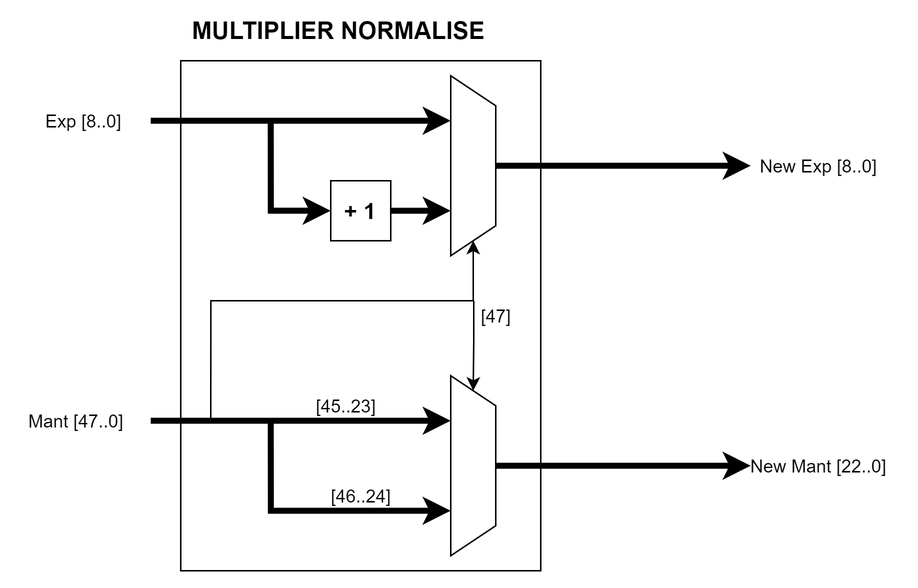
Above: Diagrams/PNG_Format/FP_Unit/Floating-point-Multiplier Normalise.drawio.png in hohaicongthuan/Project-2 (draw.io), before the change. Source tidied: cells renumbered, new cells last; positions are measured from the earlier drawing's top-left corner, leaving out a move shared by most shapes.
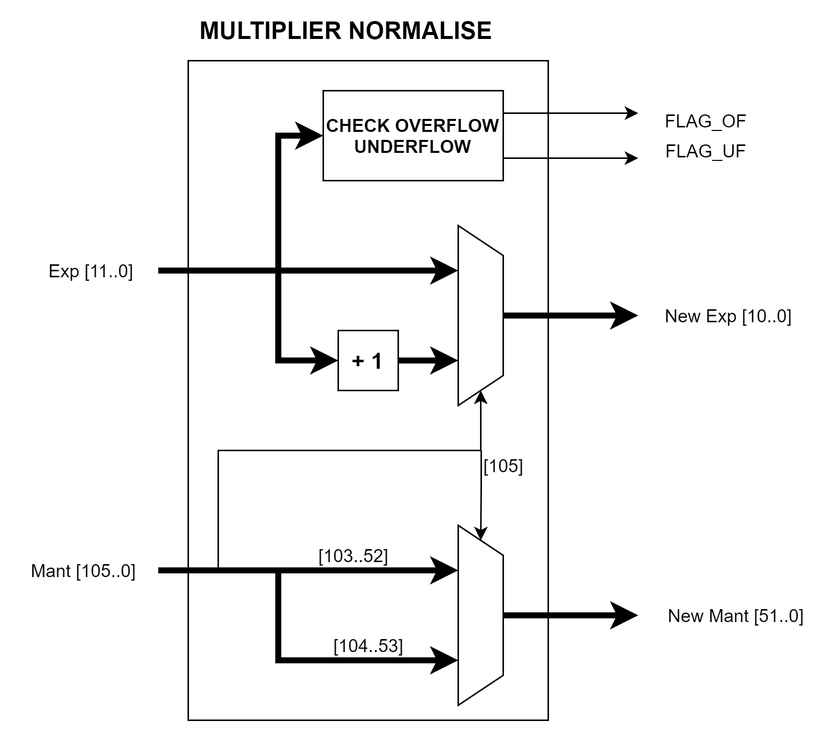
After the change.

The edit, as a diff of the source:
```diff
@@ -3,7 +3,7 @@
     <mxCell id="0" />
     <mxCell id="1" parent="0" />
     <mxCell id="2" style="rounded=0;whiteSpace=wrap;html=1;strokeColor=default;fillColor=default;" parent="1" vertex="1">
-      <mxGeometry x="110" y="30" width="240" height="340" as="geometry" />
+      <mxGeometry x="110" y="-70" width="240" height="440" as="geometry" />
     </mxCell>
     <mxCell id="3" style="endArrow=classic;html=1;rounded=0;strokeWidth=4;edgeStyle=orthogonalEdgeStyle;entryX=0.25;entryY=1;entryDx=0;entryDy=0;" parent="1" edge="1" target="15">
       <mxGeometry relative="1" as="geometry">
@@ -13,8 +13,8 @@
         </Array>
       </mxGeometry>
     </mxCell>
-    <mxCell id="4" value="Mant [47..0]" style="text;html=1;align=center;verticalAlign=middle;strokeColor=none;fillColor=none;" parent="1" vertex="1">
-      <mxGeometry y="260" width="80" height="20" as="geometry" />
+    <mxCell id="4" value="Mant [105..0]" style="text;html=1;align=center;verticalAlign=middle;strokeColor=none;fillColor=none;" parent="1" vertex="1">
+      <mxGeometry x="-5" y="260" width="90" height="20" as="geometry" />
     </mxCell>
     <mxCell id="5" style="endArrow=classic;html=1;rounded=0;strokeWidth=4;edgeStyle=orthogonalEdgeStyle;entryX=0.25;entryY=1;entryDx=0;entryDy=0;" parent="1" edge="1" target="9">
       <mxGeometry relative="1" as="geometry">
@@ -25,7 +25,7 @@
         </Array>
       </mxGeometry>
     </mxCell>
-    <mxCell id="6" value="Exp [8..0]" style="text;html=1;align=center;verticalAlign=middle;strokeColor=none;fillColor=none;" parent="1" vertex="1">
+    <mxCell id="6" value="Exp [11..0]" style="text;html=1;align=center;verticalAlign=middle;strokeColor=none;fillColor=none;" parent="1" vertex="1">
       <mxGeometry x="10" y="60" width="70" height="20" as="geometry" />
     </mxCell>
     <mxCell id="7" style="edgeStyle=orthogonalEdgeStyle;rounded=0;jettySize=auto;html=1;exitX=1;exitY=0.5;exitDx=0;exitDy=0;endArrow=classic;endFill=1;strokeWidth=1;entryX=1;entryY=0.5;entryDx=0;entryDy=0;" parent="1" edge="1" target="9">
@@ -39,7 +39,7 @@
     </mxCell>
     <mxCell id="8" style="edgeStyle=orthogonalEdgeStyle;rounded=0;jettySize=auto;html=1;exitX=0.5;exitY=0;exitDx=0;exitDy=0;endArrow=classic;endFill=1;strokeWidth=4;" parent="1" edge="1" source="9">
       <mxGeometry relative="1" as="geometry">
-        <mxPoint x="490" y="100" as="targetPoint" />
+        <mxPoint x="410" y="100" as="targetPoint" />
       </mxGeometry>
     </mxCell>
     <mxCell id="9" style="shape=trapezoid;perimeter=trapezoidPerimeter;whiteSpace=wrap;html=1;fixedSize=1;strokeColor=default;fillColor=default;direction=south;" parent="1" vertex="1">
@@ -66,7 +66,7 @@
     </mxCell>
     <mxCell id="14" style="edgeStyle=orthogonalEdgeStyle;rounded=0;jettySize=auto;html=1;exitX=0.5;exitY=0;exitDx=0;exitDy=0;endArrow=classic;endFill=1;strokeWidth=4;" parent="1" edge="1" source="15">
       <mxGeometry relative="1" as="geometry">
-        <mxPoint x="490" y="300" as="targetPoint" />
+        <mxPoint x="410" y="300" as="targetPoint" />
       </mxGeometry>
     </mxCell>
     <mxCell id="15" style="shape=trapezoid;perimeter=trapezoidPerimeter;whiteSpace=wrap;html=1;fixedSize=1;strokeColor=default;fillColor=default;direction=south;" parent="1" vertex="1">
@@ -80,23 +80,50 @@
         </Array>
       </mxGeometry>
     </mxCell>
-    <mxCell id="17" value="[47]" style="text;html=1;align=center;verticalAlign=middle;strokeColor=none;fillColor=none;" parent="1" vertex="1">
+    <mxCell id="17" value="[105]" style="text;html=1;align=center;verticalAlign=middle;strokeColor=none;fillColor=none;" parent="1" vertex="1">
       <mxGeometry x="300" y="190" width="40" height="20" as="geometry" />
     </mxCell>
-    <mxCell id="18" value="New Exp [8..0]" style="text;html=1;align=center;verticalAlign=middle;strokeColor=none;fillColor=none;" parent="1" vertex="1">
-      <mxGeometry x="490" y="90" width="90" height="20" as="geometry" />
+    <mxCell id="18" value="New Exp [10..0]" style="text;html=1;align=center;verticalAlign=middle;strokeColor=none;fillColor=none;" parent="1" vertex="1">
+      <mxGeometry x="420" y="90" width="100" height="20" as="geometry" />
     </mxCell>
-    <mxCell id="19" value="New Mant [22..0]" style="text;html=1;align=center;verticalAlign=middle;strokeColor=none;fillColor=none;" parent="1" vertex="1">
-      <mxGeometry x="480" y="290" width="110" height="20" as="geometry" />
+    <mxCell id="19" value="New Mant [51..0]" style="text;html=1;align=center;verticalAlign=middle;strokeColor=none;fillColor=none;" parent="1" vertex="1">
+      <mxGeometry x="420" y="290" width="110" height="20" as="geometry" />
     </mxCell>
-    <mxCell id="20" value="[45..23]" style="text;html=1;align=center;verticalAlign=middle;strokeColor=none;fillColor=none;" parent="1" vertex="1">
+    <mxCell id="20" value="[103..52]" style="text;html=1;align=center;verticalAlign=middle;strokeColor=none;fillColor=none;" parent="1" vertex="1">
       <mxGeometry x="190" y="250" width="60" height="20" as="geometry" />
     </mxCell>
-    <mxCell id="21" value="[46..24]" style="text;html=1;align=center;verticalAlign=middle;strokeColor=none;fillColor=none;" parent="1" vertex="1">
+    <mxCell id="21" value="[104..53]" style="text;html=1;align=center;verticalAlign=middle;strokeColor=none;fillColor=none;" parent="1" vertex="1">
       <mxGeometry x="200" y="310" width="60" height="20" as="geometry" />
     </mxCell>
     <mxCell id="22" value="&lt;b&gt;&lt;font style=&quot;font-size: 16px&quot;&gt;MULTIPLIER NORMALISE&lt;/font&gt;&lt;/b&gt;" style="text;html=1;align=center;verticalAlign=middle;strokeColor=none;fillColor=none;" parent="1" vertex="1">
-      <mxGeometry x="110" width="210" height="20" as="geometry" />
+      <mxGeometry x="110" y="-100" width="210" height="20" as="geometry" />
     </mxCell>
+    <mxCell id="23" style="edgeStyle=orthogonalEdgeStyle;rounded=0;jettySize=auto;html=1;exitX=0;exitY=0.5;exitDx=0;exitDy=0;endArrow=classic;endFill=1;strokeWidth=4;entryX=0;entryY=0.5;entryDx=0;entryDy=0;" parent="1" edge="1" target="26">
+      <mxGeometry relative="1" as="geometry">
+        <mxPoint x="170" y="70" as="sourcePoint" />
+        <Array as="points">
+          <mxPoint x="170" y="-20" />
+        </Array>
+      </mxGeometry>
+    </mxCell>
+    <mxCell id="24" style="edgeStyle=orthogonalEdgeStyle;rounded=0;jettySize=auto;html=1;exitX=1;exitY=0.25;exitDx=0;exitDy=0;endArrow=classic;endFill=1;strokeWidth=1;" parent="1" edge="1" source="26">
+      <mxGeometry relative="1" as="geometry">
+        <mxPoint x="410" y="-35" as="targetPoint" />
+      </mxGeometry>
+    </mxCell>
+    <mxCell id="25" style="edgeStyle=orthogonalEdgeStyle;rounded=0;jettySize=auto;html=1;exitX=1;exitY=0.75;exitDx=0;exitDy=0;endArrow=classic;endFill=1;strokeWidth=1;" parent="1" edge="1" source="26">
+      <mxGeometry relative="1" as="geometry">
+        <mxPoint x="410" y="-5" as="targetPoint" />
+      </mxGeometry>
+    </mxCell>
+    <mxCell id="26" value="&lt;b&gt;CHECK OVERFLOW UNDERFLOW&lt;/b&gt;" style="whiteSpace=wrap;html=1;fillColor=#FFFFFF;" parent="1" vertex="1">
+      <mxGeometry x="200" y="-50" width="120" height="60" as="geometry" />
+    </mxCell>
+    <mxCell id="27" value="FLAG_OF" style="text;html=1;align=center;verticalAlign=middle;strokeColor=none;fillColor=none;" parent="1" vertex="1">
+      <mxGeometry x="420" y="-40" width="70" height="20" as="geometry" />
+    </mxCell>
+    <mxCell id="28" value="FLAG_UF" style="text;html=1;align=center;verticalAlign=middle;strokeColor=none;fillColor=none;" parent="1" vertex="1">
+      <mxGeometry x="420" y="-20" width="70" height="20" as="geometry" />
+    </mxCell>
   </root>
 </mxGraphModel>
```
